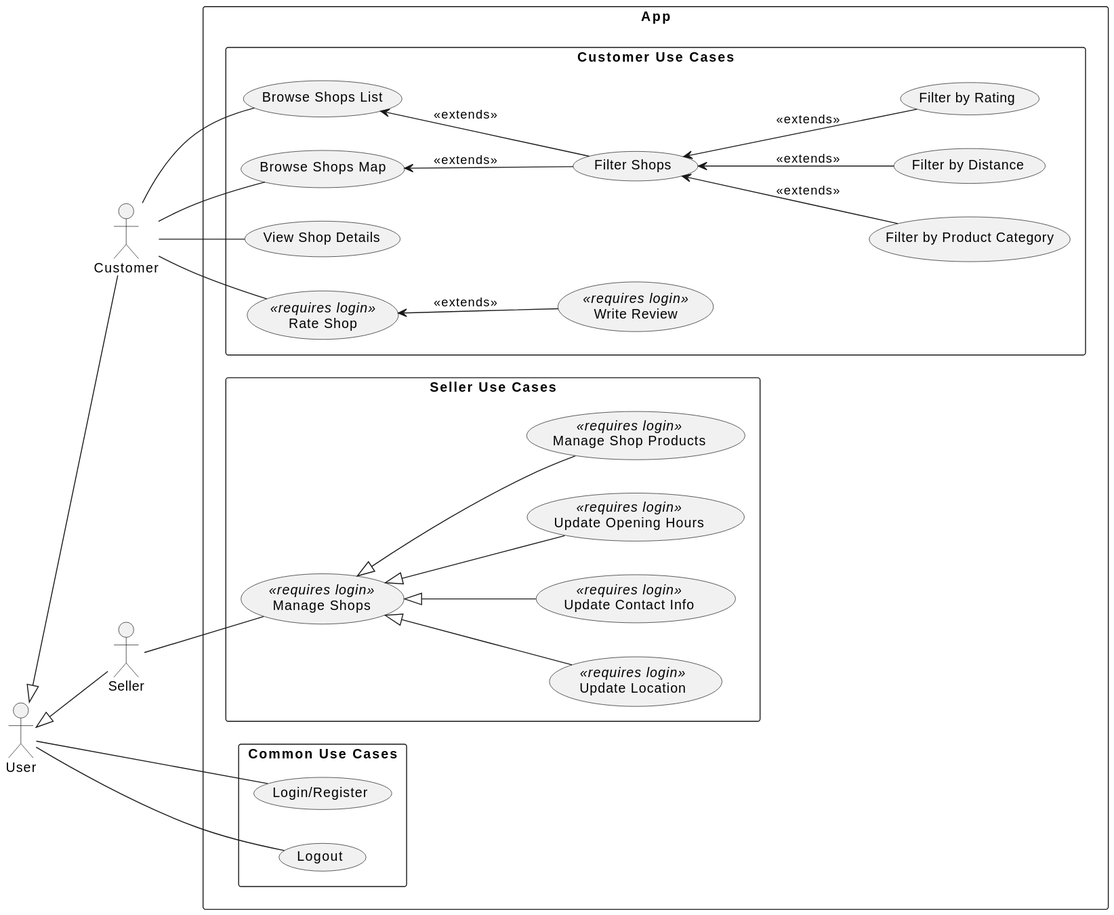
The PlantUML diagram docs/diagram-img/use_case_diagram.svg in tondracek/my-farmer, before a commit.
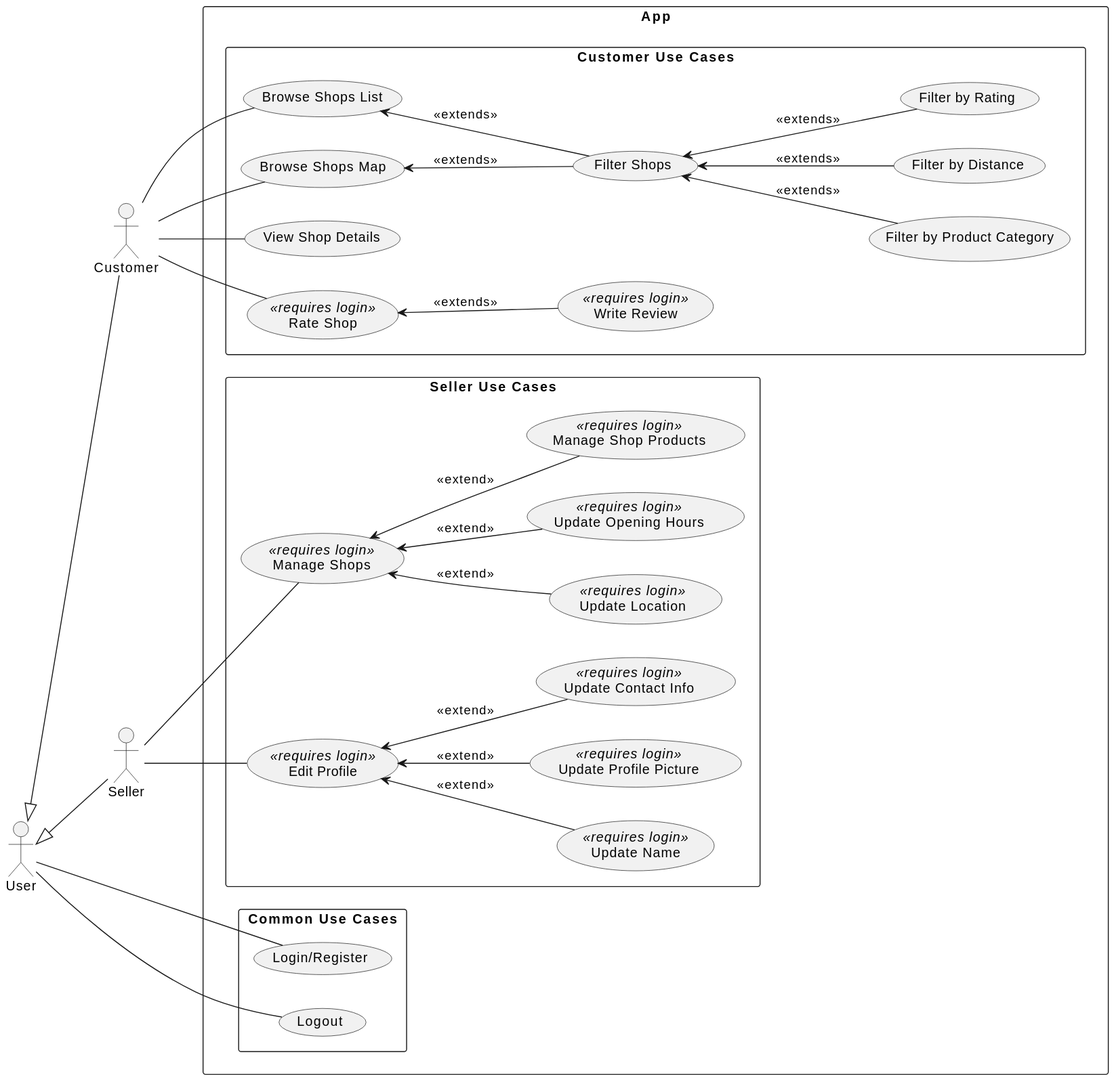
After the change.

Commit message:
🖼️ Auto-update UML diagrams

The edit, as a diff of the source:
```diff
@@ -51,19 +51,30 @@
   }
 
   rectangle "Seller Use Cases" {
+
     usecase "Manage Shops" as ManageShops <<requires login>>
 
     usecase "Update Location" as UpdateLocation <<requires login>>
-    usecase "Update Contact Info" as UpdateContactInfo <<requires login>>
     usecase "Update Opening Hours" as UpdateOpeningHours <<requires login>>
     usecase "Manage Shop Products" as ManageShopProducts <<requires login>>
 
+    usecase "Edit Profile" as EditProfile <<requires login>>
+
+    usecase "Update Name" as UpdateName <<requires login>>
+    usecase "Update Profile Picture" as UpdateProfilePicture <<requires login>>
+    usecase "Update Contact Info" as UpdateContactInfo <<requires login>>
+
     Seller -- ManageShops
 
-    ManageShops <|-- UpdateLocation
-    ManageShops <|-- UpdateContactInfo
-    ManageShops <|-- UpdateOpeningHours
-    ManageShops <|-- ManageShopProducts
+    ManageShops <-- UpdateLocation : <<extend>>
+    ManageShops <-- UpdateOpeningHours : <<extend>>
+    ManageShops <-- ManageShopProducts : <<extend>>
+
+    Seller -- EditProfile
+
+    EditProfile <-- UpdateName : <<extend>>
+    EditProfile <-- UpdateProfilePicture : <<extend>>
+    EditProfile <-- UpdateContactInfo : <<extend>>
   }
 }
 @enduml
```
